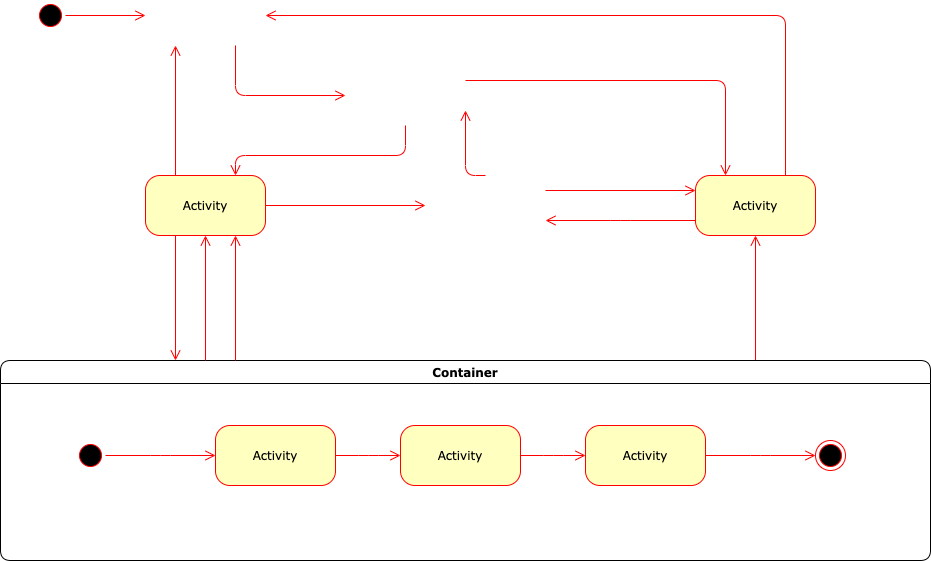
Before: Untitled Diagram.png, a diagram exported from draw.io (JloveC1024/draw.io). Source tidied: cells renumbered, new cells last; positions are measured from the earlier drawing's top-left corner, leaving out a move shared by most shapes.
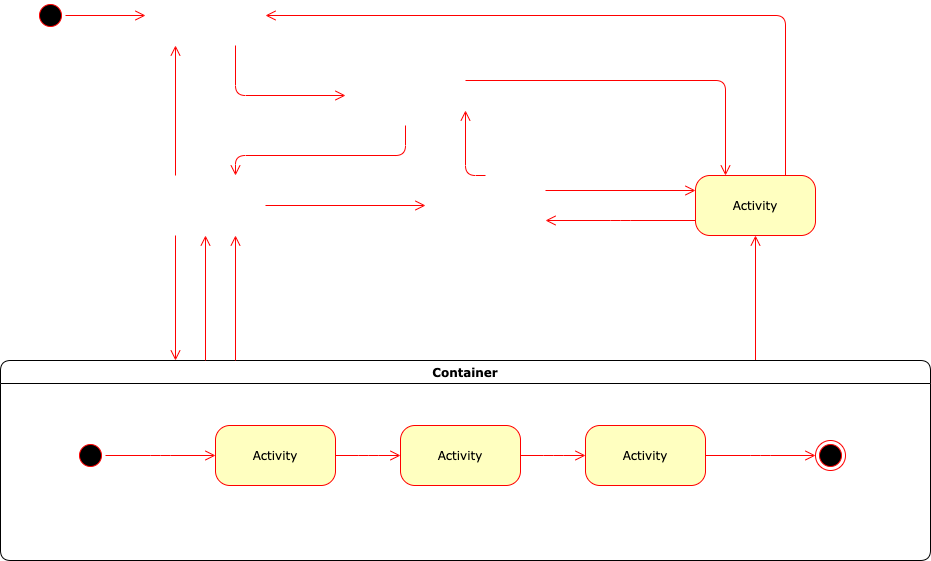
Above is the later version.

The edit, as a diff of the source:
```diff
@@ -5,9 +5,6 @@
     <mxCell id="2" style="ellipse;html=1;shape=startState;fillColor=#000000;strokeColor=#ff0000;rounded=1;shadow=0;comic=0;labelBackgroundColor=none;fontFamily=Verdana;fontSize=12;fontColor=#000000;align=center;direction=south;" parent="1" vertex="1">
       <mxGeometry x="35" width="30" height="30" as="geometry" />
     </mxCell>
-    <mxCell id="3" value="Activity" style="rounded=1;whiteSpace=wrap;html=1;arcSize=24;fillColor=#ffffc0;strokeColor=#ff0000;shadow=0;comic=0;labelBackgroundColor=none;fontFamily=Verdana;fontSize=12;fontColor=#000000;align=center;" parent="1" vertex="1">
-      <mxGeometry x="145" y="175" width="120" height="60" as="geometry" />
-    </mxCell>
     <mxCell id="4" style="edgeStyle=orthogonalEdgeStyle;html=1;exitX=1;exitY=0.25;entryX=0.25;entryY=0;labelBackgroundColor=none;endArrow=open;endSize=8;strokeColor=#ff0000;fontFamily=Verdana;fontSize=12;align=left;" parent="1" edge="1" target="7">
       <mxGeometry relative="1" as="geometry">
         <mxPoint x="465" y="80" as="sourcePoint" />
@@ -76,22 +73,25 @@
         </Array>
       </mxGeometry>
     </mxCell>
-    <mxCell id="21" style="edgeStyle=orthogonalEdgeStyle;html=1;entryX=0.75;entryY=0;labelBackgroundColor=none;endArrow=open;endSize=8;strokeColor=#ff0000;fontFamily=Verdana;fontSize=12;align=left;exitX=0.5;exitY=1;" parent="1" edge="1" target="3">
+    <mxCell id="21" style="edgeStyle=orthogonalEdgeStyle;html=1;entryX=0.75;entryY=0;labelBackgroundColor=none;endArrow=open;endSize=8;strokeColor=#ff0000;fontFamily=Verdana;fontSize=12;align=left;exitX=0.5;exitY=1;" parent="1" edge="1">
       <mxGeometry relative="1" as="geometry">
         <mxPoint x="405" y="125" as="sourcePoint" />
+        <mxPoint x="235" y="175" as="targetPoint" />
         <Array as="points">
           <mxPoint x="405" y="155" />
           <mxPoint x="235" y="155" />
         </Array>
       </mxGeometry>
     </mxCell>
-    <mxCell id="22" style="edgeStyle=orthogonalEdgeStyle;html=1;exitX=0.25;exitY=0;entryX=0.25;entryY=1;labelBackgroundColor=none;endArrow=open;endSize=8;strokeColor=#ff0000;fontFamily=Verdana;fontSize=12;align=left;" parent="1" edge="1" source="3">
+    <mxCell id="22" style="edgeStyle=orthogonalEdgeStyle;html=1;exitX=0.25;exitY=0;entryX=0.25;entryY=1;labelBackgroundColor=none;endArrow=open;endSize=8;strokeColor=#ff0000;fontFamily=Verdana;fontSize=12;align=left;" parent="1" edge="1">
       <mxGeometry relative="1" as="geometry">
+        <mxPoint x="175" y="175" as="sourcePoint" />
         <mxPoint x="175" y="45" as="targetPoint" />
       </mxGeometry>
     </mxCell>
-    <mxCell id="23" style="edgeStyle=orthogonalEdgeStyle;html=1;exitX=1;exitY=0.5;entryX=0;entryY=0.5;labelBackgroundColor=none;endArrow=open;endSize=8;strokeColor=#ff0000;fontFamily=Verdana;fontSize=12;align=left;" parent="1" edge="1" source="3">
+    <mxCell id="23" style="edgeStyle=orthogonalEdgeStyle;html=1;exitX=1;exitY=0.5;entryX=0;entryY=0.5;labelBackgroundColor=none;endArrow=open;endSize=8;strokeColor=#ff0000;fontFamily=Verdana;fontSize=12;align=left;" parent="1" edge="1">
       <mxGeometry relative="1" as="geometry">
+        <mxPoint x="265" y="205" as="sourcePoint" />
         <mxPoint x="425" y="205" as="targetPoint" />
       </mxGeometry>
     </mxCell>
@@ -106,14 +106,20 @@
         <mxPoint x="545" y="190" as="sourcePoint" />
       </mxGeometry>
     </mxCell>
-    <mxCell id="26" style="edgeStyle=elbowEdgeStyle;html=1;labelBackgroundColor=none;endArrow=open;endSize=8;strokeColor=#ff0000;fontFamily=Verdana;fontSize=12;align=left;entryX=0.75;entryY=1;" parent="1" edge="1" source="9" target="3">
-      <mxGeometry relative="1" as="geometry" />
+    <mxCell id="26" style="edgeStyle=elbowEdgeStyle;html=1;labelBackgroundColor=none;endArrow=open;endSize=8;strokeColor=#ff0000;fontFamily=Verdana;fontSize=12;align=left;entryX=0.75;entryY=1;" parent="1" edge="1" source="9">
+      <mxGeometry relative="1" as="geometry">
+        <mxPoint x="235" y="235" as="targetPoint" />
+      </mxGeometry>
     </mxCell>
-    <mxCell id="27" style="edgeStyle=elbowEdgeStyle;html=1;labelBackgroundColor=none;endArrow=open;endSize=8;strokeColor=#ff0000;fontFamily=Verdana;fontSize=12;align=left;entryX=0.5;entryY=1;" parent="1" edge="1" source="9" target="3">
-      <mxGeometry relative="1" as="geometry" />
+    <mxCell id="27" style="edgeStyle=elbowEdgeStyle;html=1;labelBackgroundColor=none;endArrow=open;endSize=8;strokeColor=#ff0000;fontFamily=Verdana;fontSize=12;align=left;entryX=0.5;entryY=1;" parent="1" edge="1" source="9">
+      <mxGeometry relative="1" as="geometry">
+        <mxPoint x="205" y="235" as="targetPoint" />
+      </mxGeometry>
     </mxCell>
-    <mxCell id="28" style="edgeStyle=elbowEdgeStyle;html=1;labelBackgroundColor=none;endArrow=open;endSize=8;strokeColor=#ff0000;fontFamily=Verdana;fontSize=12;align=left;exitX=0.25;exitY=1;" parent="1" edge="1" source="3" target="9">
-      <mxGeometry relative="1" as="geometry" />
+    <mxCell id="28" style="edgeStyle=elbowEdgeStyle;html=1;labelBackgroundColor=none;endArrow=open;endSize=8;strokeColor=#ff0000;fontFamily=Verdana;fontSize=12;align=left;exitX=0.25;exitY=1;" parent="1" edge="1" target="9">
+      <mxGeometry relative="1" as="geometry">
+        <mxPoint x="175" y="235" as="sourcePoint" />
+      </mxGeometry>
     </mxCell>
   </root>
 </mxGraphModel>
```
